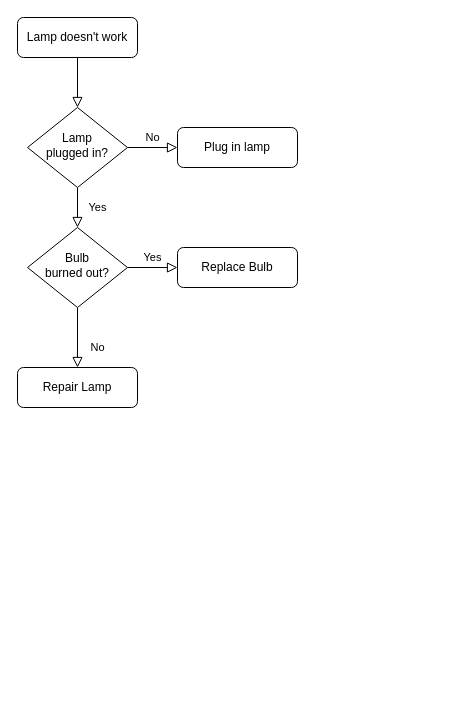
Above: 2021/mcu_智能家居.drawio in baiziqing/baiziqing.github.io (draw.io), before the change. Source tidied: cells renumbered, new cells numbered last; positions are measured from the earlier drawing's top-left corner, leaving out a move shared by most shapes. Both pictures are drawn from the tidied source at 100%, with x=0, y=0 at pixel (17, 17).
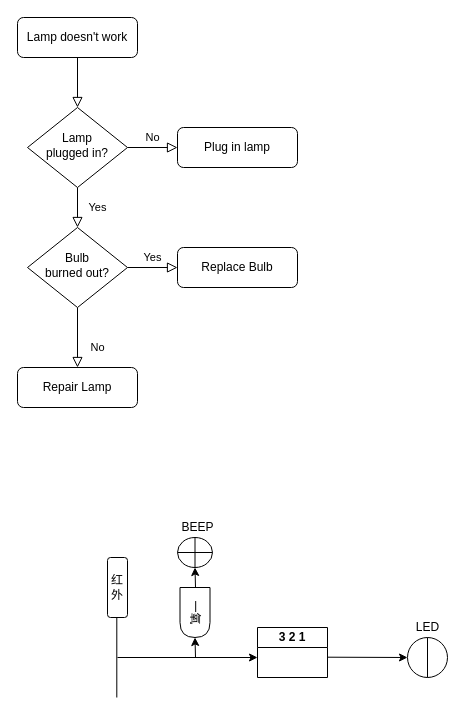
The same page after the edit.

Commit message:
更新mcu_智能家居.drawio

Change to the diagram source:
```diff
@@
+    <mxCell id="13" value="红外" style="rounded=1;whiteSpace=wrap;html=1;" parent="1" vertex="1">
+      <mxGeometry x="90" y="540" width="20" height="60" as="geometry" />
+    </mxCell>
+    <mxCell id="14" style="endArrow=none;html=1;rounded=0;" parent="1" edge="1">
+      <mxGeometry relative="1" as="geometry">
+        <mxPoint x="99.3" y="680" as="sourcePoint" />
+        <mxPoint x="99.3" y="600" as="targetPoint" />
+      </mxGeometry>
+    </mxCell>
+    <mxCell id="15" value="一氧" style="shape=delay;whiteSpace=wrap;html=1;rotation=90;" parent="1" vertex="1">
+      <mxGeometry x="152.5" y="580" width="50" height="30" as="geometry" />
+    </mxCell>
+    <mxCell id="16" style="shape=orEllipse;perimeter=ellipsePerimeter;whiteSpace=wrap;html=1;backgroundOutline=1;" parent="1" vertex="1">
+      <mxGeometry x="160" y="520" width="35" height="30" as="geometry" />
+    </mxCell>
+    <mxCell id="17" style="endArrow=classic;html=1;rounded=0;" parent="1" edge="1">
+      <mxGeometry relative="1" as="geometry">
+        <mxPoint x="100" y="640" as="sourcePoint" />
+        <mxPoint x="240" y="640" as="targetPoint" />
+      </mxGeometry>
+    </mxCell>
+    <mxCell id="18" style="endArrow=classic;html=1;rounded=0;entryX=0.5;entryY=1;entryDx=0;entryDy=0;" parent="1" edge="1" target="16">
+      <mxGeometry relative="1" as="geometry">
+        <mxPoint x="178" y="570" as="sourcePoint" />
+      </mxGeometry>
+    </mxCell>
+    <mxCell id="19" style="shape=lineEllipse;line=vertical;perimeter=ellipsePerimeter;whiteSpace=wrap;html=1;backgroundOutline=1;" parent="1" vertex="1">
+      <mxGeometry x="390" y="620" width="40" height="40" as="geometry" />
+    </mxCell>
+    <mxCell id="20" style="endArrow=classic;html=1;rounded=0;entryX=1;entryY=0.5;entryDx=0;entryDy=0;" parent="1" edge="1" target="15">
+      <mxGeometry relative="1" as="geometry">
+        <mxPoint x="178" y="640" as="sourcePoint" />
+      </mxGeometry>
+    </mxCell>
+    <mxCell id="21" value="3 2 1" style="swimlane;whiteSpace=wrap;html=1;startSize=20;" parent="1" vertex="1">
+      <mxGeometry x="240" y="610" width="70" height="50" as="geometry" />
+    </mxCell>
+    <mxCell id="22" style="endArrow=classic;html=1;rounded=0;" parent="1" edge="1">
+      <mxGeometry relative="1" as="geometry">
+        <mxPoint x="310" y="639.7" as="sourcePoint" />
+        <mxPoint x="390" y="640" as="targetPoint" />
+      </mxGeometry>
+    </mxCell>
+    <mxCell id="23" value="BEEP" style="text;html=1;align=center;verticalAlign=middle;strokeColor=none;fillColor=none;" parent="1" vertex="1">
+      <mxGeometry x="150" y="495" width="60" height="30" as="geometry" />
+    </mxCell>
+    <mxCell id="24" value="LED" style="text;html=1;align=center;verticalAlign=middle;strokeColor=none;fillColor=none;" parent="1" vertex="1">
+      <mxGeometry x="385" y="595" width="50" height="30" as="geometry" />
+    </mxCell>
```
